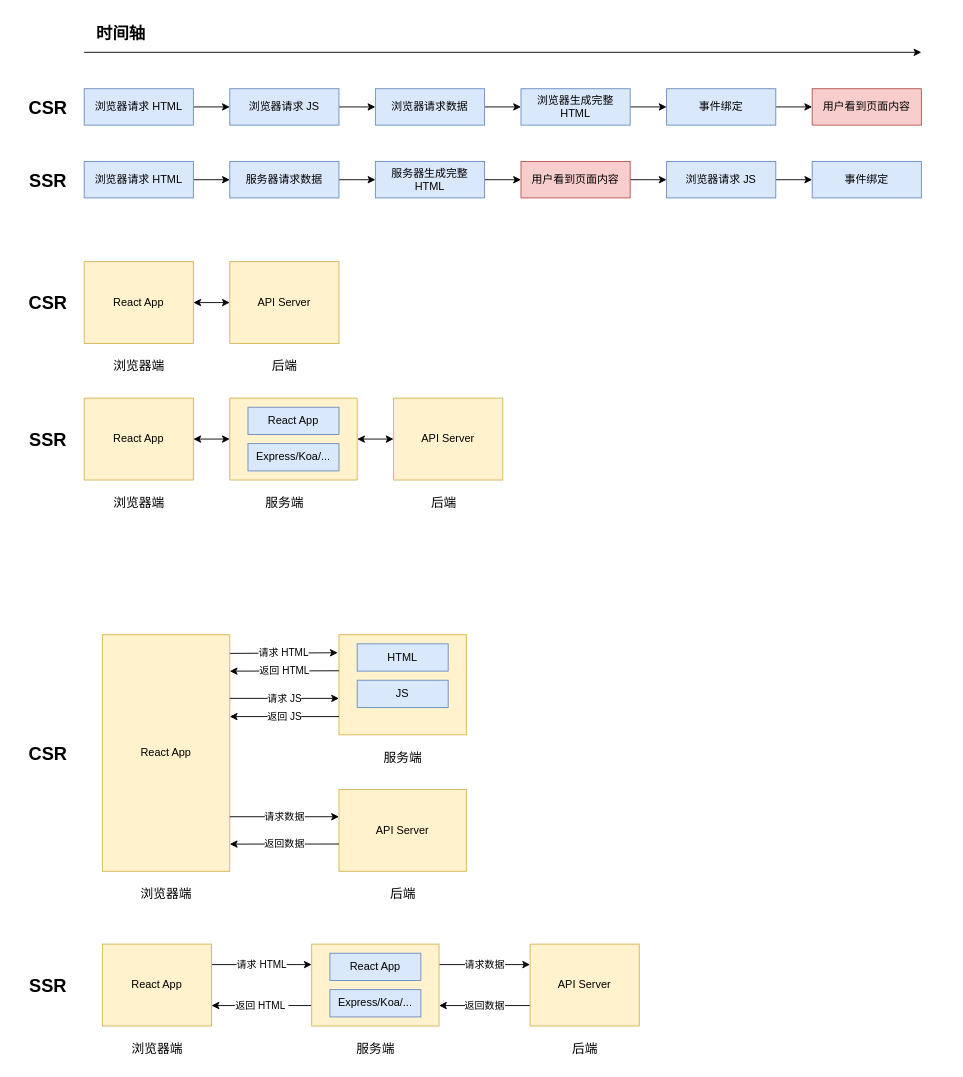
W4yneChen/draw keeps this draw.io diagram as react/react ssr.drawio. Above is the earlier version. Source tidied: cells renumbered, new cells numbered last; positions are measured from the earlier drawing's top-left corner, leaving out a move shared by most shapes. Both pictures are drawn from the tidied source at 91%, with x=0, y=0 at pixel (15, 15).
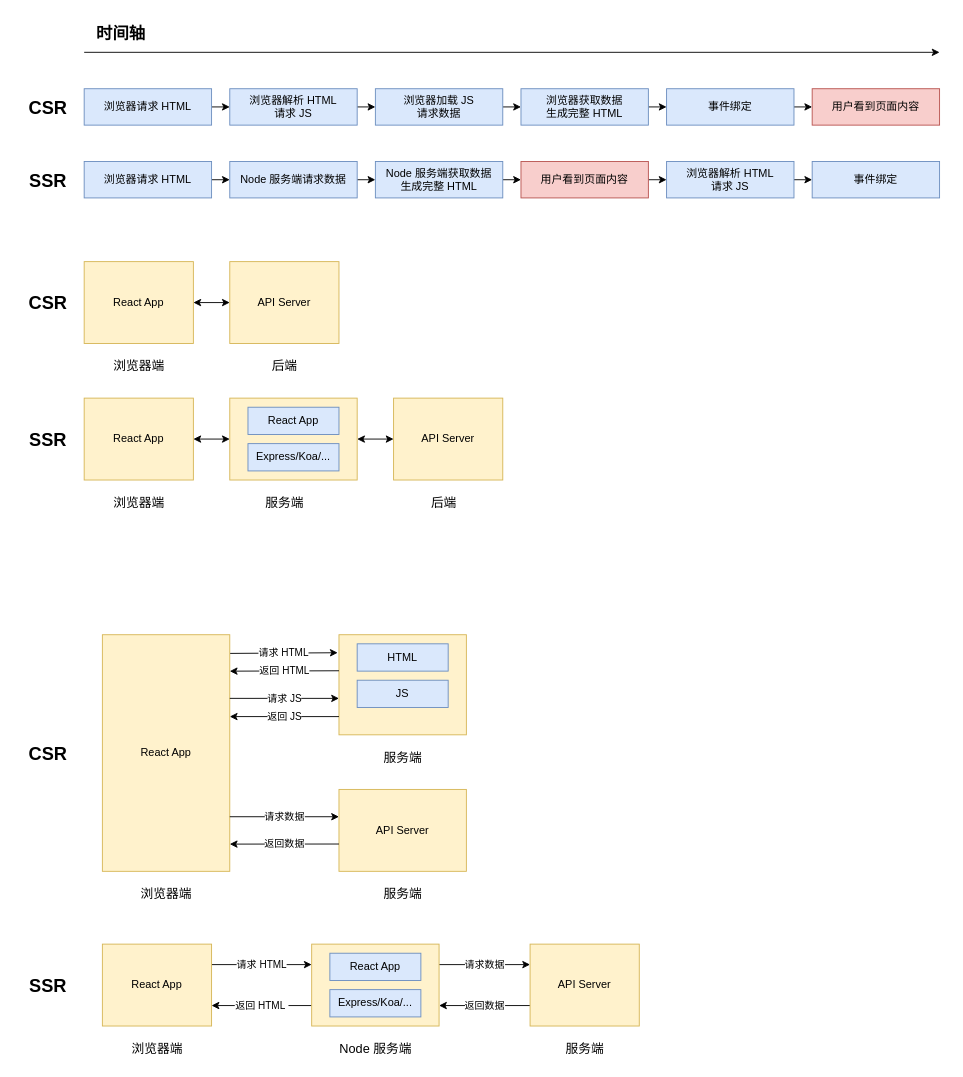
The same page after the edit.

What changed in the source:
```diff
@@
     <mxCell id="2" style="endArrow=classic;html=1;rounded=0;" parent="1" edge="1">
       <mxGeometry relative="1" as="geometry">
         <mxPoint x="75" y="40" as="sourcePoint" />
-        <mxPoint x="995" y="40" as="targetPoint" />
+        <mxPoint x="1015" y="40" as="targetPoint" />
       </mxGeometry>
     </mxCell>
@@
     <mxCell id="5" value="浏览器请求 HTML" style="whiteSpace=wrap;html=1;fillColor=#dae8fc;strokeColor=#6c8ebf;" parent="1" vertex="1">
-      <mxGeometry x="75" y="80" width="120" height="40" as="geometry" />
+      <mxGeometry x="75" y="80" width="140" height="40" as="geometry" />
     </mxCell>
@@
-    <mxCell id="9" value="浏览器请求 JS" style="whiteSpace=wrap;html=1;fillColor=#dae8fc;strokeColor=#6c8ebf;" parent="1" vertex="1">
-      <mxGeometry x="235" y="80" width="120" height="40" as="geometry" />
+    <mxCell id="9" value="浏览器解析 HTML&lt;br&gt;请求 JS" style="whiteSpace=wrap;html=1;fillColor=#dae8fc;strokeColor=#6c8ebf;" parent="1" vertex="1">
+      <mxGeometry x="235" y="80" width="140" height="40" as="geometry" />
     </mxCell>
@@
-    <mxCell id="11" value="浏览器请求数据" style="whiteSpace=wrap;html=1;fillColor=#dae8fc;strokeColor=#6c8ebf;" parent="1" vertex="1">
-      <mxGeometry x="395" y="80" width="120" height="40" as="geometry" />
+    <mxCell id="11" value="浏览器加载 JS&lt;br&gt;请求数据" style="whiteSpace=wrap;html=1;fillColor=#dae8fc;strokeColor=#6c8ebf;" parent="1" vertex="1">
+      <mxGeometry x="395" y="80" width="140" height="40" as="geometry" />
     </mxCell>
     <mxCell id="12" value="用户看到页面内容" style="whiteSpace=wrap;html=1;fillColor=#f8cecc;strokeColor=#b85450;" parent="1" vertex="1">
-      <mxGeometry x="875" y="80" width="120" height="40" as="geometry" />
+      <mxGeometry x="875" y="80" width="140" height="40" as="geometry" />
     </mxCell>
@@
     <mxCell id="14" value="浏览器请求 HTML" style="whiteSpace=wrap;html=1;fillColor=#dae8fc;strokeColor=#6c8ebf;" parent="1" vertex="1">
-      <mxGeometry x="75" y="160" width="120" height="40" as="geometry" />
+      <mxGeometry x="75" y="160" width="140" height="40" as="geometry" />
     </mxCell>
@@
     <mxCell id="16" value="用户看到页面内容" style="whiteSpace=wrap;html=1;fillColor=#f8cecc;strokeColor=#b85450;" parent="1" vertex="1">
-      <mxGeometry x="555" y="160" width="120" height="40" as="geometry" />
+      <mxGeometry x="555" y="160" width="140" height="40" as="geometry" />
     </mxCell>
@@
-    <mxCell id="18" value="浏览器生成完整 HTML" style="whiteSpace=wrap;html=1;fillColor=#dae8fc;strokeColor=#6c8ebf;" parent="1" vertex="1">
-      <mxGeometry x="555" y="80" width="120" height="40" as="geometry" />
+    <mxCell id="18" value="浏览器获取数据&lt;br&gt;生成完整 HTML" style="whiteSpace=wrap;html=1;fillColor=#dae8fc;strokeColor=#6c8ebf;" parent="1" vertex="1">
+      <mxGeometry x="555" y="80" width="140" height="40" as="geometry" />
     </mxCell>
@@
-    <mxCell id="20" value="服务器请求数据" style="whiteSpace=wrap;html=1;fillColor=#dae8fc;strokeColor=#6c8ebf;" parent="1" vertex="1">
-      <mxGeometry x="235" y="160" width="120" height="40" as="geometry" />
+    <mxCell id="20" value="Node 服务端请求数据" style="whiteSpace=wrap;html=1;fillColor=#dae8fc;strokeColor=#6c8ebf;" parent="1" vertex="1">
+      <mxGeometry x="235" y="160" width="140" height="40" as="geometry" />
     </mxCell>
@@
-    <mxCell id="22" value="服务器生成完整 HTML" style="whiteSpace=wrap;html=1;fillColor=#dae8fc;strokeColor=#6c8ebf;" parent="1" vertex="1">
-      <mxGeometry x="395" y="160" width="120" height="40" as="geometry" />
+    <mxCell id="22" value="Node 服务端获取数据&lt;br&gt;生成完整 HTML" style="whiteSpace=wrap;html=1;fillColor=#dae8fc;strokeColor=#6c8ebf;" parent="1" vertex="1">
+      <mxGeometry x="395" y="160" width="140" height="40" as="geometry" />
     </mxCell>
@@
-    <mxCell id="45" value="后端" style="text;html=1;align=center;verticalAlign=middle;strokeColor=none;fillColor=none;fontSize=14;" parent="1" vertex="1">
-      <mxGeometry x="400" y="950" width="50" height="30" as="geometry" />
+    <mxCell id="45" value="服务端" style="text;html=1;align=center;verticalAlign=middle;strokeColor=none;fillColor=none;fontSize=14;" parent="1" vertex="1">
+      <mxGeometry x="390" y="950" width="70" height="30" as="geometry" />
     </mxCell>
@@
-    <mxCell id="51" value="后端" style="text;html=1;align=center;verticalAlign=middle;strokeColor=none;fillColor=none;fontSize=14;" parent="1" vertex="1">
-      <mxGeometry x="600" y="1120" width="50" height="30" as="geometry" />
+    <mxCell id="51" value="服务端" style="text;html=1;align=center;verticalAlign=middle;strokeColor=none;fillColor=none;fontSize=14;" parent="1" vertex="1">
+      <mxGeometry x="590" y="1120" width="70" height="30" as="geometry" />
     </mxCell>
@@
-    <mxCell id="57" value="服务端" style="text;html=1;align=center;verticalAlign=middle;strokeColor=none;fillColor=none;fontSize=14;" parent="1" vertex="1">
-      <mxGeometry x="360" y="1120" width="70" height="30" as="geometry" />
+    <mxCell id="57" value="Node 服务端" style="text;html=1;align=center;verticalAlign=middle;strokeColor=none;fillColor=none;fontSize=14;" parent="1" vertex="1">
+      <mxGeometry x="346.5" y="1120" width="97" height="29" as="geometry" />
     </mxCell>
@@
-    <mxCell id="69" value="浏览器请求 JS" style="whiteSpace=wrap;html=1;fillColor=#dae8fc;strokeColor=#6c8ebf;" parent="1" vertex="1">
-      <mxGeometry x="715" y="160" width="120" height="40" as="geometry" />
+    <mxCell id="69" value="浏览器解析 HTML&lt;br&gt;请求 JS" style="whiteSpace=wrap;html=1;fillColor=#dae8fc;strokeColor=#6c8ebf;" parent="1" vertex="1">
+      <mxGeometry x="715" y="160" width="140" height="40" as="geometry" />
     </mxCell>
     <mxCell id="70" value="事件绑定" style="whiteSpace=wrap;html=1;fillColor=#dae8fc;strokeColor=#6c8ebf;" parent="1" vertex="1">
-      <mxGeometry x="875" y="160" width="120" height="40" as="geometry" />
+      <mxGeometry x="875" y="160" width="140" height="40" as="geometry" />
     </mxCell>
@@
     <mxCell id="72" value="事件绑定" style="whiteSpace=wrap;html=1;fillColor=#dae8fc;strokeColor=#6c8ebf;" parent="1" vertex="1">
-      <mxGeometry x="715" y="80" width="120" height="40" as="geometry" />
+      <mxGeometry x="715" y="80" width="140" height="40" as="geometry" />
     </mxCell>
```
